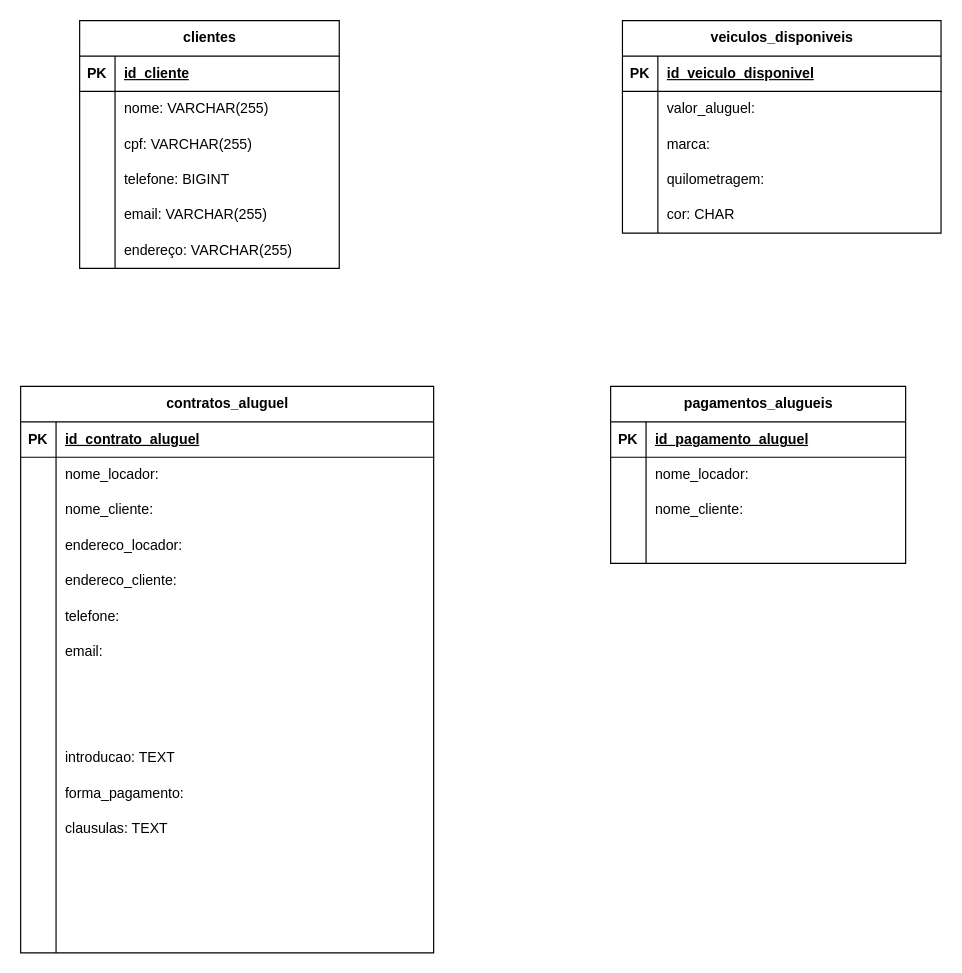
The draw.io diagram Atividade Prática - Sistema de Locadora de Veículos.drawio in RenanSMA/3-Semestre, before the edit. Source tidied: cells renumbered, new cells numbered last; positions are measured from the earlier drawing's top-left corner, leaving out a move shared by most shapes. Both pictures are drawn from the tidied source at 118%, with x=0, y=0 at pixel (20, 20).
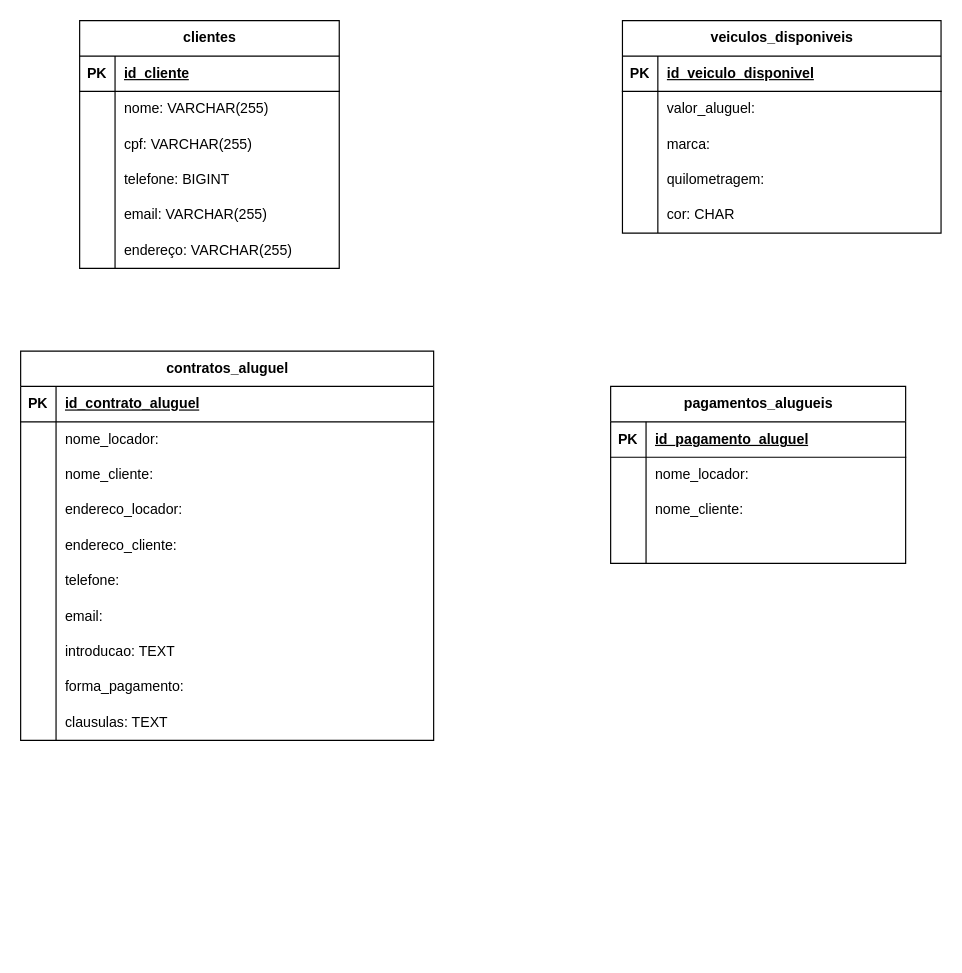
The same page after the edit.

What changed in the source:
```diff
@@
     <mxCell id="37" value="contratos_aluguel" style="shape=table;startSize=30;childLayout=tableLayout;rowLines=0;fontStyle=1;align=center;html=1;" parent="1" vertex="1">
-      <mxGeometry y="310" width="350" height="480" as="geometry" />
+      <mxGeometry y="280" width="350" height="330" as="geometry" />
     </mxCell>
@@
-    <mxCell id="59" style="shape=tableRow;horizontal=0;startSize=0;swimlaneHead=0;swimlaneBody=0;fillColor=none;top=0;left=0;right=0;bottom=0;" parent="37" vertex="1">
-      <mxGeometry y="240" width="350" height="30" as="geometry" />
-    </mxCell>
-    <mxCell id="60" style="shape=partialRectangle;fillColor=none;top=0;left=0;bottom=0;right=0;overflow=hidden;whiteSpace=wrap;html=1;" parent="59" vertex="1">
-      <mxGeometry width="30" height="30" as="geometry" />
-    </mxCell>
-    <mxCell id="61" style="shape=partialRectangle;fillColor=none;top=0;left=0;bottom=0;right=0;align=left;spacingLeft=6;overflow=hidden;whiteSpace=wrap;html=1;" parent="59" vertex="1">
-      <mxGeometry x="30" width="320" height="30" as="geometry" />
-    </mxCell>
-    <mxCell id="62" style="shape=tableRow;horizontal=0;startSize=0;swimlaneHead=0;swimlaneBody=0;fillColor=none;top=0;left=0;right=0;bottom=0;" parent="37" vertex="1">
-      <mxGeometry y="270" width="350" height="30" as="geometry" />
-    </mxCell>
-    <mxCell id="63" style="shape=partialRectangle;fillColor=none;top=0;left=0;bottom=0;right=0;overflow=hidden;whiteSpace=wrap;html=1;" parent="62" vertex="1">
-      <mxGeometry width="30" height="30" as="geometry" />
-    </mxCell>
-    <mxCell id="64" style="shape=partialRectangle;fillColor=none;top=0;left=0;bottom=0;right=0;align=left;spacingLeft=6;overflow=hidden;whiteSpace=wrap;html=1;" parent="62" vertex="1">
-      <mxGeometry x="30" width="320" height="30" as="geometry" />
-    </mxCell>
     <mxCell id="65" style="shape=tableRow;horizontal=0;startSize=0;swimlaneHead=0;swimlaneBody=0;fillColor=none;top=0;left=0;right=0;bottom=0;" parent="37" vertex="1">
-      <mxGeometry y="300" width="350" height="30" as="geometry" />
+      <mxGeometry y="240" width="350" height="30" as="geometry" />
     </mxCell>
@@
     <mxCell id="68" style="shape=tableRow;horizontal=0;startSize=0;swimlaneHead=0;swimlaneBody=0;fillColor=none;top=0;left=0;right=0;bottom=0;" parent="37" vertex="1">
-      <mxGeometry y="330" width="350" height="30" as="geometry" />
+      <mxGeometry y="270" width="350" height="30" as="geometry" />
     </mxCell>
@@
     <mxCell id="71" style="shape=tableRow;horizontal=0;startSize=0;swimlaneHead=0;swimlaneBody=0;fillColor=none;top=0;left=0;right=0;bottom=0;" parent="37" vertex="1">
-      <mxGeometry y="360" width="350" height="30" as="geometry" />
+      <mxGeometry y="300" width="350" height="30" as="geometry" />
     </mxCell>
@@
-    <mxCell id="74" style="shape=tableRow;horizontal=0;startSize=0;swimlaneHead=0;swimlaneBody=0;fillColor=none;top=0;left=0;right=0;bottom=0;" parent="37" vertex="1">
-      <mxGeometry y="390" width="350" height="30" as="geometry" />
-    </mxCell>
-    <mxCell id="75" style="shape=partialRectangle;fillColor=none;top=0;left=0;bottom=0;right=0;overflow=hidden;whiteSpace=wrap;html=1;" parent="74" vertex="1">
-      <mxGeometry width="30" height="30" as="geometry" />
-    </mxCell>
-    <mxCell id="76" style="shape=partialRectangle;fillColor=none;top=0;left=0;bottom=0;right=0;align=left;spacingLeft=6;overflow=hidden;whiteSpace=wrap;html=1;" parent="74" vertex="1">
-      <mxGeometry x="30" width="320" height="30" as="geometry" />
-    </mxCell>
-    <mxCell id="77" style="shape=tableRow;horizontal=0;startSize=0;swimlaneHead=0;swimlaneBody=0;fillColor=none;top=0;left=0;right=0;bottom=0;" parent="37" vertex="1">
-      <mxGeometry y="420" width="350" height="30" as="geometry" />
-    </mxCell>
-    <mxCell id="78" style="shape=partialRectangle;fillColor=none;top=0;left=0;bottom=0;right=0;overflow=hidden;whiteSpace=wrap;html=1;" parent="77" vertex="1">
-      <mxGeometry width="30" height="30" as="geometry" />
-    </mxCell>
-    <mxCell id="79" style="shape=partialRectangle;fillColor=none;top=0;left=0;bottom=0;right=0;align=left;spacingLeft=6;overflow=hidden;whiteSpace=wrap;html=1;" parent="77" vertex="1">
-      <mxGeometry x="30" width="320" height="30" as="geometry" />
-    </mxCell>
-    <mxCell id="80" style="shape=tableRow;horizontal=0;startSize=0;swimlaneHead=0;swimlaneBody=0;fillColor=none;top=0;left=0;right=0;bottom=0;" parent="37" vertex="1">
-      <mxGeometry y="450" width="350" height="30" as="geometry" />
-    </mxCell>
-    <mxCell id="81" style="shape=partialRectangle;fillColor=none;top=0;left=0;bottom=0;right=0;overflow=hidden;whiteSpace=wrap;html=1;" parent="80" vertex="1">
-      <mxGeometry width="30" height="30" as="geometry" />
-    </mxCell>
-    <mxCell id="82" style="shape=partialRectangle;fillColor=none;top=0;left=0;bottom=0;right=0;align=left;spacingLeft=6;overflow=hidden;whiteSpace=wrap;html=1;" parent="80" vertex="1">
-      <mxGeometry x="30" width="320" height="30" as="geometry" />
-    </mxCell>
```
